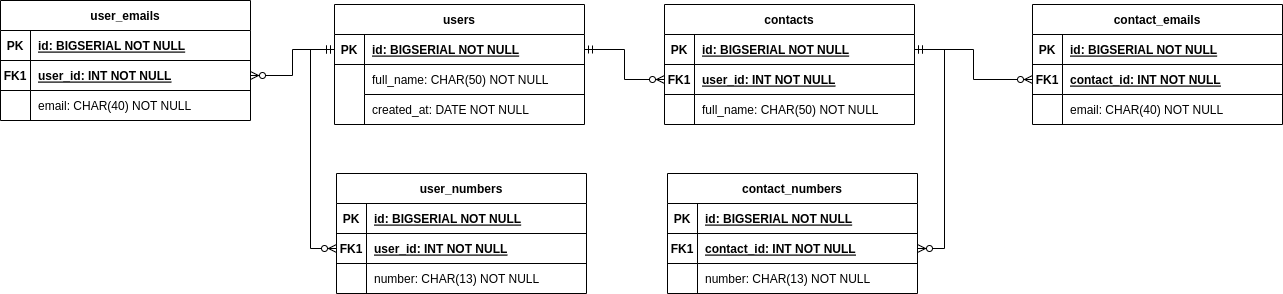
Before: contact-diagram.png, a diagram exported from draw.io (erickmarchetti/lista-de-contatos-backend). Source tidied: cells renumbered, new cells last; positions are measured from the earlier drawing's top-left corner, leaving out a move shared by most shapes.
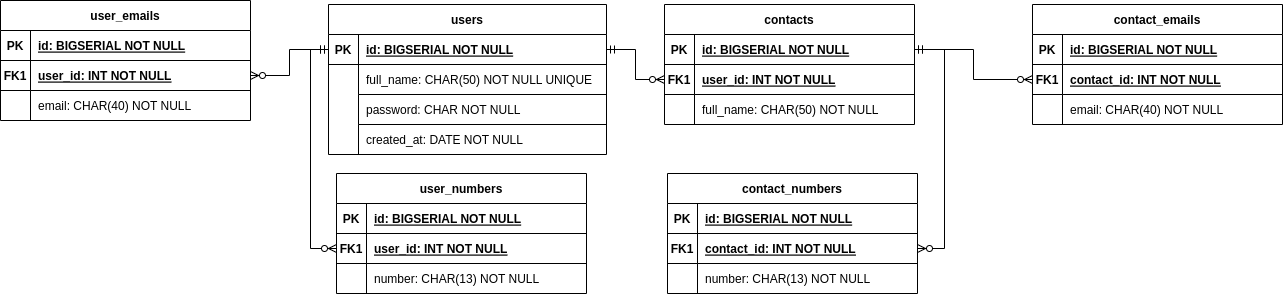
After the commit.

Commit message:
feat: acrescentando password no diagrama

Diff of the diagram source:
```diff
@@ -36,34 +36,43 @@
       <mxGeometry x="30" width="220" height="30" as="geometry" />
     </mxCell>
     <mxCell id="13" value="users" style="shape=table;startSize=30;rowLines=0;fontStyle=1;align=center;" parent="1" vertex="1">
-      <mxGeometry x="334" y="4" width="250" height="120" as="geometry" />
+      <mxGeometry x="328" y="4" width="278" height="150" as="geometry" />
     </mxCell>
     <mxCell id="14" style="shape=partialRectangle;fillColor=none;points=[[0,0.5],[1,0.5]];portConstraint=eastwest;top=0;left=0;right=0;bottom=1;" parent="13" vertex="1">
-      <mxGeometry y="30" width="250" height="30" as="geometry" />
+      <mxGeometry y="30" width="278" height="30" as="geometry" />
     </mxCell>
     <mxCell id="15" value="PK" style="shape=partialRectangle;overflow=hidden;fillColor=none;top=0;left=0;bottom=0;right=0;fontStyle=1;" parent="14" vertex="1">
       <mxGeometry width="30" height="30" as="geometry" />
     </mxCell>
     <mxCell id="16" value="id: BIGSERIAL NOT NULL " style="shape=partialRectangle;overflow=hidden;fillColor=none;top=0;left=0;bottom=0;right=0;align=left;spacingLeft=6;fontStyle=5;" parent="14" vertex="1">
-      <mxGeometry x="30" width="220" height="30" as="geometry" />
+      <mxGeometry x="30" width="248" height="30" as="geometry" />
     </mxCell>
     <mxCell id="17" style="shape=partialRectangle;fillColor=none;top=0;left=0;right=0;bottom=0;" parent="13" vertex="1">
-      <mxGeometry y="60" width="250" height="30" as="geometry" />
+      <mxGeometry y="60" width="278" height="30" as="geometry" />
     </mxCell>
     <mxCell id="18" style="shape=partialRectangle;overflow=hidden;fillColor=none;top=0;left=0;bottom=0;right=0;" parent="17" vertex="1">
       <mxGeometry width="30" height="30" as="geometry" />
     </mxCell>
-    <mxCell id="19" value="full_name: CHAR(50) NOT NULL" style="shape=partialRectangle;overflow=hidden;fillColor=none;top=0;left=0;bottom=1;right=0;align=left;spacingLeft=6;" parent="17" vertex="1">
-      <mxGeometry x="30" width="220" height="30" as="geometry" />
+    <mxCell id="19" value="full_name: CHAR(50) NOT NULL UNIQUE" style="shape=partialRectangle;overflow=hidden;fillColor=none;top=0;left=0;bottom=1;right=0;align=left;spacingLeft=6;" parent="17" vertex="1">
+      <mxGeometry x="30" width="248" height="30" as="geometry" />
     </mxCell>
+    <mxCell id="67" style="shape=partialRectangle;fillColor=none;top=0;left=0;right=0;bottom=0;" parent="13" vertex="1">
+      <mxGeometry y="90" width="278" height="30" as="geometry" />
+    </mxCell>
+    <mxCell id="68" style="shape=partialRectangle;overflow=hidden;fillColor=none;top=0;left=0;bottom=0;right=0;" parent="67" vertex="1">
+      <mxGeometry width="30" height="30" as="geometry" />
+    </mxCell>
+    <mxCell id="69" value="password: CHAR NOT NULL" style="shape=partialRectangle;overflow=hidden;fillColor=none;top=0;left=0;bottom=1;right=0;align=left;spacingLeft=6;" parent="67" vertex="1">
+      <mxGeometry x="30" width="248" height="30" as="geometry" />
+    </mxCell>
     <mxCell id="20" style="shape=partialRectangle;fillColor=none;top=0;left=0;right=0;bottom=0;" parent="13" vertex="1">
-      <mxGeometry y="90" width="250" height="30" as="geometry" />
+      <mxGeometry y="120" width="278" height="30" as="geometry" />
     </mxCell>
     <mxCell id="21" style="shape=partialRectangle;overflow=hidden;fillColor=none;top=0;left=0;bottom=0;right=0;" parent="20" vertex="1">
       <mxGeometry width="30" height="30" as="geometry" />
     </mxCell>
     <mxCell id="22" value="created_at: DATE NOT NULL" style="shape=partialRectangle;overflow=hidden;fillColor=none;top=0;left=0;bottom=0;right=0;align=left;spacingLeft=6;" parent="20" vertex="1">
-      <mxGeometry x="30" width="220" height="30" as="geometry" />
+      <mxGeometry x="30" width="248" height="30" as="geometry" />
     </mxCell>
     <mxCell id="23" value="contact_numbers" style="shape=table;startSize=30;rowLines=0;fontStyle=1;align=center;" parent="1" vertex="1">
       <mxGeometry x="667" y="173" width="250" height="120" as="geometry" />
```
